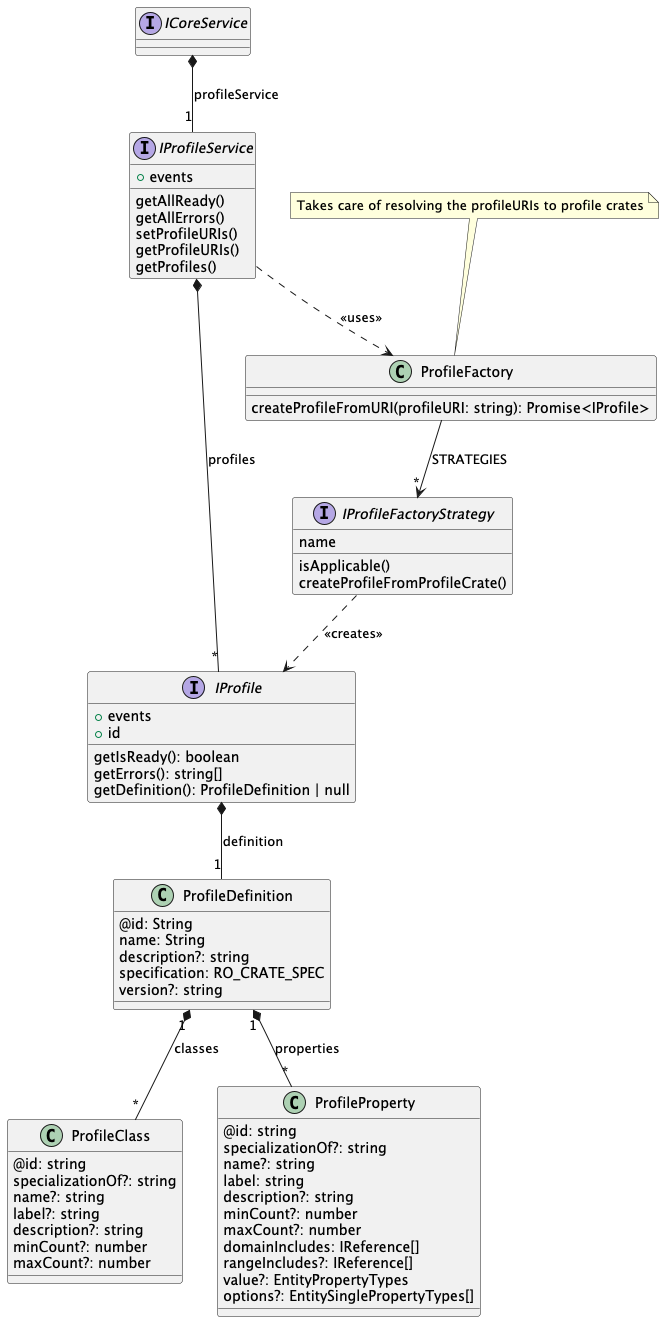
Before: docs/figures/lib/lib-profiles.png, a diagram exported from PlantUML (kit-data-manager/NovaCrate).
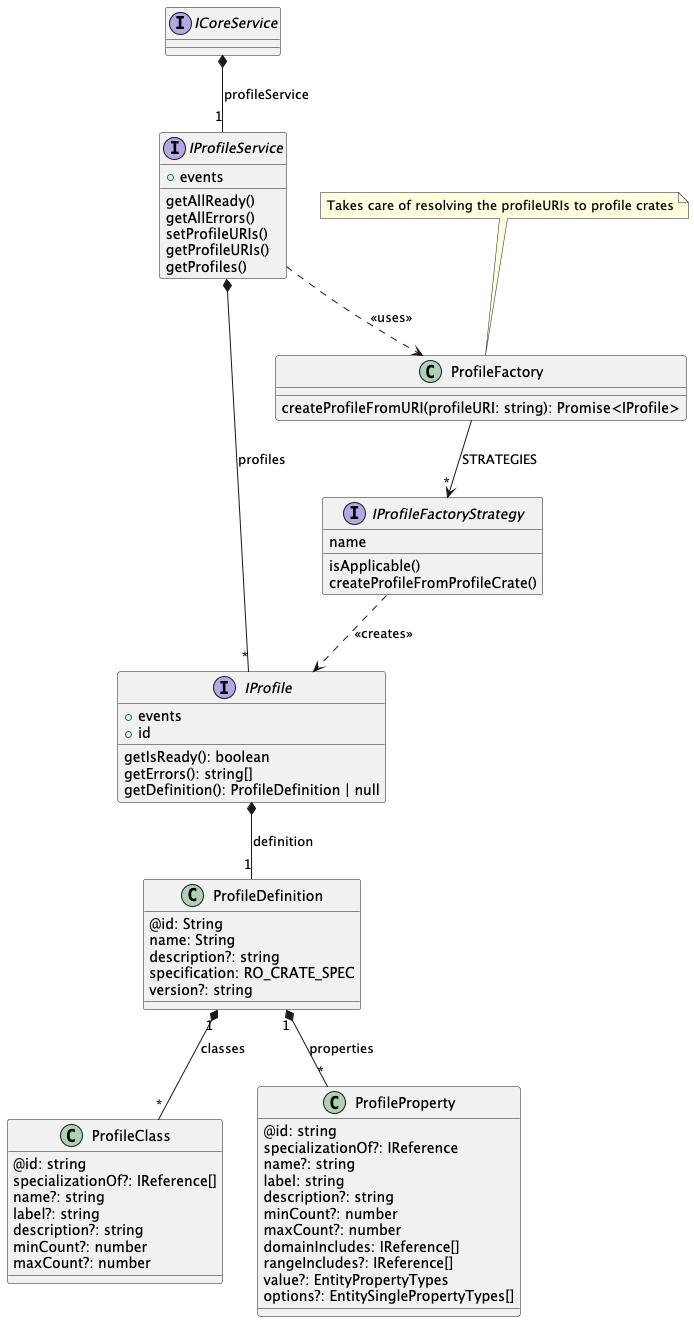
The same diagram one commit later.

The edit, as a diff of the source:
```diff
@@ -49,7 +49,7 @@
 
 class ProfileClass {
     @id: string
-    specializationOf?: string
+    specializationOf?: IReference[]
     name?: string
     label?: string
     description?: string
@@ -59,7 +59,7 @@
 
 class ProfileProperty {
     @id: string
-    specializationOf?: string
+    specializationOf?: IReference
     name?: string
     label: string
     description?: string
```
